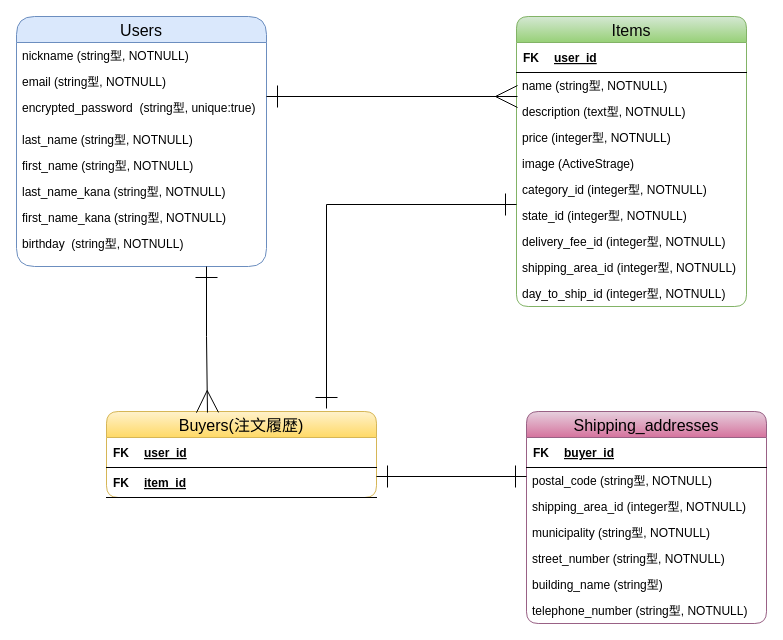
satoshi-takamatsu/furima-31891 keeps this draw.io diagram as furima.dio. Above is the earlier version. Source tidied: cells renumbered, new cells numbered last; positions are measured from the earlier drawing's top-left corner, leaving out a move shared by most shapes. Both pictures are drawn from the tidied source at 100%, with x=0, y=0 at pixel (16, 16).
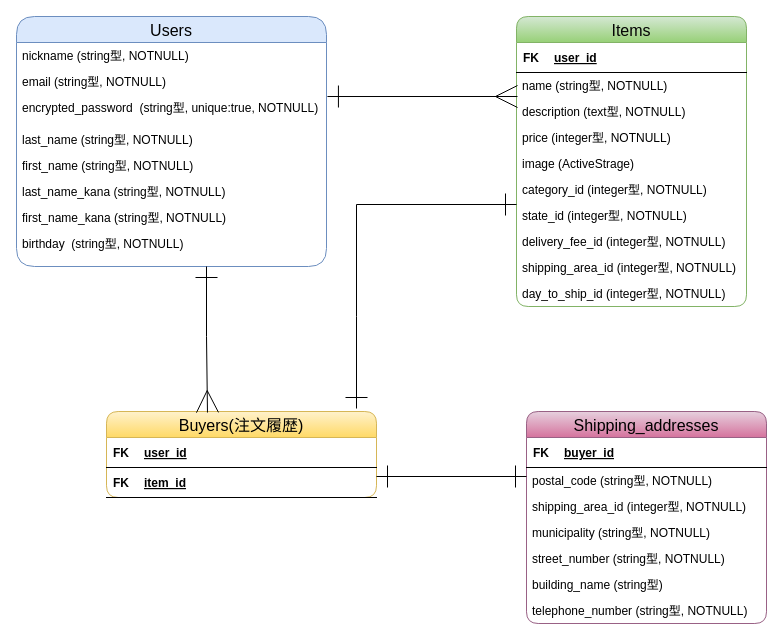
The same page after the edit.

Commit message:
ER図、READMEコードレビュー修正2追加

Change to the diagram source:
```diff
@@
     <mxCell id="15" value="Users" style="swimlane;fontStyle=0;horizontal=1;startSize=26;fillColor=#dae8fc;rounded=1;strokeColor=#6c8ebf;fontColor=#000000;fontSize=16;arcSize=23;" parent="1" vertex="1">
-      <mxGeometry width="250" height="250" as="geometry" />
+      <mxGeometry width="310" height="250" as="geometry" />
     </mxCell>
     <mxCell id="16" value="nickname (string型, NOTNULL)" style="text;strokeColor=none;fillColor=none;align=left;verticalAlign=top;spacingLeft=4;spacingRight=4;overflow=hidden;" parent="15" vertex="1">
-      <mxGeometry y="26" width="250" height="26" as="geometry" />
+      <mxGeometry y="26" width="310" height="26" as="geometry" />
     </mxCell>
     <mxCell id="17" value="email (string型, NOTNULL)" style="text;strokeColor=none;fillColor=none;align=left;verticalAlign=top;spacingLeft=4;spacingRight=4;overflow=hidden;" parent="15" vertex="1">
-      <mxGeometry y="52" width="250" height="26" as="geometry" />
+      <mxGeometry y="52" width="310" height="26" as="geometry" />
     </mxCell>
-    <mxCell id="18" value="encrypted_password  (string型, unique:true)" style="text;strokeColor=none;fillColor=none;align=left;verticalAlign=top;spacingLeft=4;spacingRight=4;overflow=hidden;points=[[0,0.5],[1,0.5]];portConstraint=eastwest;" parent="15" vertex="1">
-      <mxGeometry y="78" width="250" height="32" as="geometry" />
+    <mxCell id="18" value="encrypted_password  (string型, unique:true, NOTNULL)" style="text;strokeColor=none;fillColor=none;align=left;verticalAlign=top;spacingLeft=4;spacingRight=4;overflow=hidden;points=[[0,0.5],[1,0.5]];portConstraint=eastwest;" parent="15" vertex="1">
+      <mxGeometry y="78" width="310" height="32" as="geometry" />
     </mxCell>
     <mxCell id="19" value="last_name (string型, NOTNULL)" style="text;strokeColor=none;fillColor=none;align=left;verticalAlign=top;spacingLeft=4;spacingRight=4;overflow=hidden;" parent="15" vertex="1">
-      <mxGeometry y="110" width="250" height="26" as="geometry" />
+      <mxGeometry y="110" width="310" height="26" as="geometry" />
     </mxCell>
     <mxCell id="20" value="first_name (string型, NOTNULL)" style="text;strokeColor=none;fillColor=none;align=left;verticalAlign=top;spacingLeft=4;spacingRight=4;overflow=hidden;" parent="15" vertex="1">
-      <mxGeometry y="136" width="250" height="26" as="geometry" />
+      <mxGeometry y="136" width="310" height="26" as="geometry" />
     </mxCell>
     <mxCell id="21" value="last_name_kana (string型, NOTNULL)" style="text;strokeColor=none;fillColor=none;align=left;verticalAlign=top;spacingLeft=4;spacingRight=4;overflow=hidden;" parent="15" vertex="1">
-      <mxGeometry y="162" width="250" height="26" as="geometry" />
+      <mxGeometry y="162" width="310" height="26" as="geometry" />
     </mxCell>
     <mxCell id="22" value="first_name_kana (string型, NOTNULL)" style="text;strokeColor=none;fillColor=none;align=left;verticalAlign=top;spacingLeft=4;spacingRight=4;overflow=hidden;" parent="15" vertex="1">
-      <mxGeometry y="188" width="250" height="26" as="geometry" />
+      <mxGeometry y="188" width="310" height="26" as="geometry" />
     </mxCell>
     <mxCell id="23" value="birthday  (string型, NOTNULL)&#10;" style="text;strokeColor=none;fillColor=none;align=left;verticalAlign=top;spacingLeft=4;spacingRight=4;overflow=hidden;" parent="15" vertex="1">
-      <mxGeometry y="214" width="250" height="36" as="geometry" />
+      <mxGeometry y="214" width="310" height="36" as="geometry" />
     </mxCell>
@@
-    <mxCell id="34" style="endArrow=ERmany;html=1;rounded=0;strokeWidth=1;fontSize=16;fontColor=#000000;startArrow=ERone;startFill=0;endFill=0;targetPerimeterSpacing=9;endSize=20;startSize=20;" parent="1" edge="1">
+    <mxCell id="34" style="endArrow=ERmany;html=1;rounded=0;strokeWidth=1;fontSize=16;fontColor=#000000;startArrow=ERone;startFill=0;endFill=0;targetPerimeterSpacing=9;endSize=20;startSize=20;exitX=1.003;exitY=0.063;exitDx=0;exitDy=0;exitPerimeter=0;" parent="1" edge="1" source="18">
       <mxGeometry relative="1" as="geometry">
-        <mxPoint x="250" y="80" as="sourcePoint" />
         <mxPoint x="501" y="80" as="targetPoint" />
       </mxGeometry>
     </mxCell>
@@
     <mxCell id="43" style="endArrow=ERone;html=1;rounded=0;fontSize=16;fontColor=#000000;endSize=20;startSize=20;startArrow=ERone;startFill=0;endFill=0;" parent="1" edge="1">
       <mxGeometry relative="1" as="geometry">
-        <mxPoint x="310" y="392" as="sourcePoint" />
+        <mxPoint x="340" y="392" as="sourcePoint" />
         <mxPoint x="500" y="188" as="targetPoint" />
         <Array as="points">
-          <mxPoint x="310" y="188" />
+          <mxPoint x="340" y="300" />
+          <mxPoint x="340" y="188" />
         </Array>
       </mxGeometry>
     </mxCell>
```
